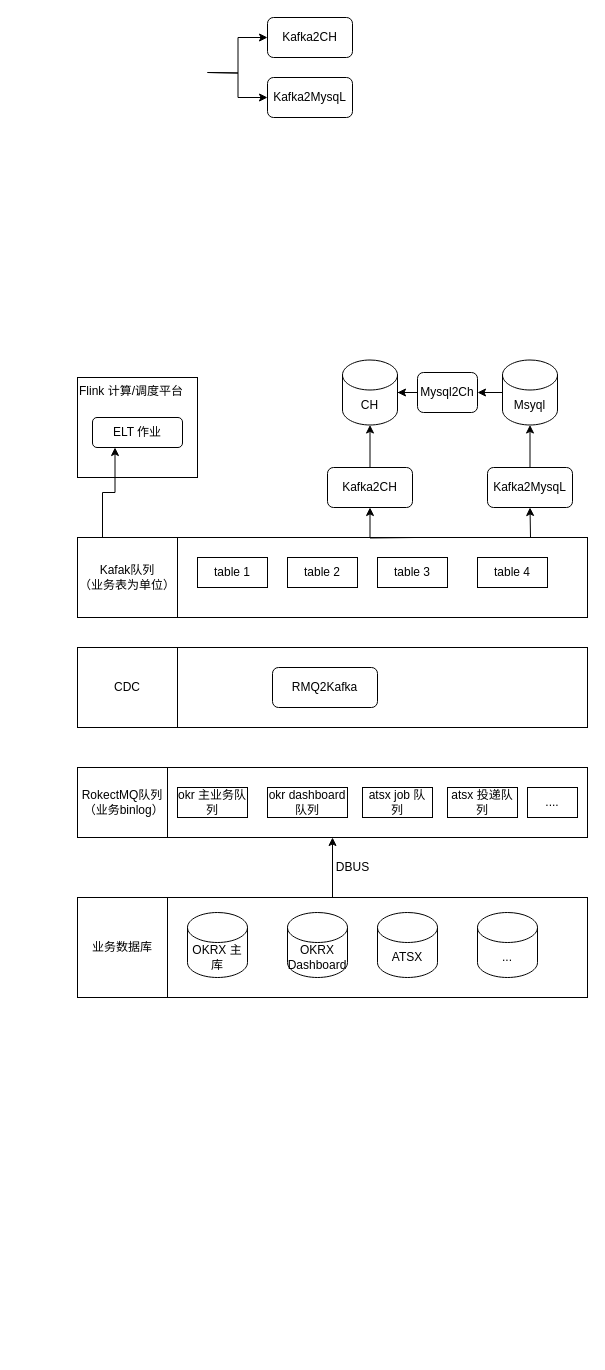
This is okrx/Untitled Diagram.drawio from cicelprg/drawio, a draw.io file, before an edit. Source tidied: cells renumbered, new cells numbered last; positions are measured from the earlier drawing's top-left corner, leaving out a move shared by most shapes. Both pictures are drawn from the tidied source at 100%, with x=0, y=0 at pixel (77, 17).
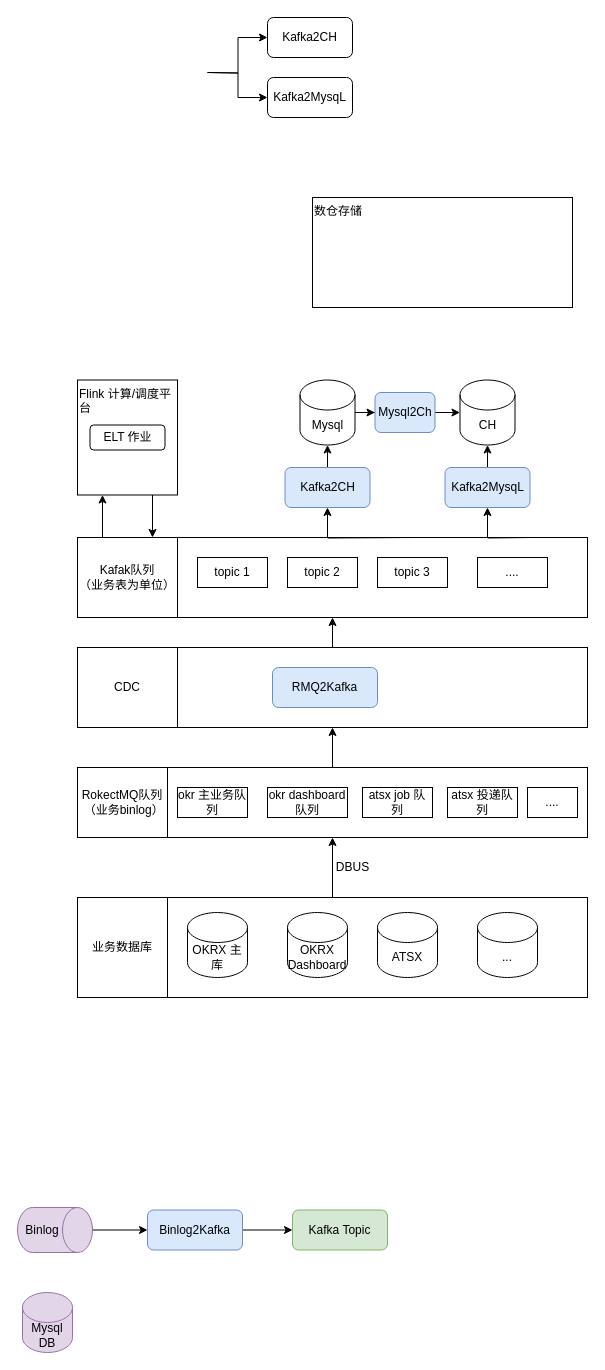
The same diagram, later.

Unchanged cells that the change refers to:
```xml
<mxCell id="6" style="rounded=0;whiteSpace=wrap;html=1;strokeWidth=1;fillColor=none;align=left;" parent="1" vertex="1">
  <mxGeometry y="750" width="510" height="70" as="geometry" />
</mxCell>
<mxCell id="12" style="rounded=0;whiteSpace=wrap;html=1;strokeWidth=1;fillColor=none;align=left;" parent="1" vertex="1">
  <mxGeometry y="630" width="510" height="80" as="geometry" />
</mxCell>
<mxCell id="21" style="rounded=0;whiteSpace=wrap;html=1;strokeWidth=1;fillColor=none;align=left;" parent="1" vertex="1">
  <mxGeometry y="520" width="510" height="80" as="geometry" />
</mxCell>
<mxCell id="23" value="Kafak队列&lt;br&gt;（业务表为单位）" style="whiteSpace=wrap;html=1;strokeWidth=1;align=center;" parent="1" vertex="1">
  <mxGeometry y="520" width="100" height="80" as="geometry" />
</mxCell>
```

Diff of the diagram source:
```diff
@@
+    <mxCell id="44" style="edgeStyle=orthogonalEdgeStyle;rounded=0;jettySize=auto;html=1;exitX=0.5;exitY=0;exitDx=0;exitDy=0;entryX=0.5;entryY=1;entryDx=0;entryDy=0;strokeWidth=1;" parent="1" edge="1" source="6" target="12">
+      <mxGeometry relative="1" as="geometry" />
+    </mxCell>
@@
+    <mxCell id="45" style="edgeStyle=orthogonalEdgeStyle;rounded=0;jettySize=auto;html=1;exitX=0.5;exitY=0;exitDx=0;exitDy=0;entryX=0.5;entryY=1;entryDx=0;entryDy=0;strokeWidth=1;" parent="1" edge="1" source="12" target="21">
+      <mxGeometry relative="1" as="geometry" />
+    </mxCell>
@@
-    <mxCell id="14" value="RMQ2Kafka" style="rounded=1;whiteSpace=wrap;html=1;strokeWidth=1;fillColor=#ffffff;align=center;" parent="1" vertex="1">
+    <mxCell id="14" value="RMQ2Kafka" style="rounded=1;whiteSpace=wrap;html=1;strokeWidth=1;fillColor=#dae8fc;align=center;strokeColor=#6c8ebf;" parent="1" vertex="1">
       <mxGeometry x="195" y="650" width="105" height="40" as="geometry" />
     </mxCell>
@@
-    <mxCell id="22" style="edgeStyle=orthogonalEdgeStyle;rounded=0;jettySize=auto;html=1;exitX=0.25;exitY=0;exitDx=0;exitDy=0;entryX=0.25;entryY=1;entryDx=0;entryDy=0;strokeWidth=1;" parent="1" edge="1" source="23" target="39">
-      <mxGeometry relative="1" as="geometry" />
-    </mxCell>
+    <mxCell id="46" style="edgeStyle=orthogonalEdgeStyle;rounded=0;jettySize=auto;html=1;exitX=0.25;exitY=0;exitDx=0;exitDy=0;entryX=0.25;entryY=1;entryDx=0;entryDy=0;strokeWidth=1;" parent="1" edge="1" source="23" target="32">
+      <mxGeometry relative="1" as="geometry" />
+    </mxCell>
@@
-    <mxCell id="24" value="table 1" style="rounded=0;whiteSpace=wrap;html=1;strokeWidth=1;fillColor=#ffffff;align=center;" parent="1" vertex="1">
+    <mxCell id="24" value="topic 1" style="rounded=0;whiteSpace=wrap;html=1;strokeWidth=1;fillColor=#ffffff;align=center;" parent="1" vertex="1">
       <mxGeometry x="120" y="540" width="70" height="30" as="geometry" />
     </mxCell>
-    <mxCell id="25" value="table 2" style="rounded=0;whiteSpace=wrap;html=1;strokeWidth=1;fillColor=#ffffff;align=center;" parent="1" vertex="1">
+    <mxCell id="25" value="topic 2" style="rounded=0;whiteSpace=wrap;html=1;strokeWidth=1;fillColor=#ffffff;align=center;" parent="1" vertex="1">
       <mxGeometry x="210" y="540" width="70" height="30" as="geometry" />
     </mxCell>
@@
-    <mxCell id="27" value="table 3" style="rounded=0;whiteSpace=wrap;html=1;strokeWidth=1;fillColor=#ffffff;align=center;" parent="1" vertex="1">
+    <mxCell id="27" value="topic 3" style="rounded=0;whiteSpace=wrap;html=1;strokeWidth=1;fillColor=#ffffff;align=center;" parent="1" vertex="1">
       <mxGeometry x="300" y="540" width="70" height="30" as="geometry" />
     </mxCell>
-    <mxCell id="28" value="table 4" style="rounded=0;whiteSpace=wrap;html=1;strokeWidth=1;fillColor=#ffffff;align=center;" parent="1" vertex="1">
+    <mxCell id="28" value="...." style="rounded=0;whiteSpace=wrap;html=1;strokeWidth=1;fillColor=#ffffff;align=center;" parent="1" vertex="1">
       <mxGeometry x="400" y="540" width="70" height="30" as="geometry" />
     </mxCell>
+    <mxCell id="47" style="edgeStyle=orthogonalEdgeStyle;rounded=0;jettySize=auto;html=1;exitX=1;exitY=0.5;exitDx=0;exitDy=0;exitPerimeter=0;strokeWidth=1;" parent="1" edge="1" source="29" target="38">
+      <mxGeometry relative="1" as="geometry" />
+    </mxCell>
-    <mxCell id="29" value="CH" style="shape=cylinder3;whiteSpace=wrap;html=1;boundedLbl=1;backgroundOutline=1;size=15;strokeWidth=1;fillColor=#ffffff;align=center;" parent="1" vertex="1">
-      <mxGeometry x="265" y="342.5" width="55" height="65" as="geometry" />
+    <mxCell id="29" value="Mysql" style="shape=cylinder3;whiteSpace=wrap;html=1;boundedLbl=1;backgroundOutline=1;size=15;strokeWidth=1;fillColor=#ffffff;align=center;" parent="1" vertex="1">
+      <mxGeometry x="222.5" y="362.5" width="55" height="65" as="geometry" />
     </mxCell>
-    <mxCell id="30" style="edgeStyle=orthogonalEdgeStyle;rounded=0;jettySize=auto;html=1;exitX=0;exitY=0.5;exitDx=0;exitDy=0;exitPerimeter=0;entryX=1;entryY=0.5;entryDx=0;entryDy=0;strokeWidth=1;" parent="1" edge="1" source="31" target="38">
-      <mxGeometry relative="1" as="geometry" />
-    </mxCell>
-    <mxCell id="31" value="Msyql" style="shape=cylinder3;whiteSpace=wrap;html=1;boundedLbl=1;backgroundOutline=1;size=15;strokeWidth=1;fillColor=#ffffff;align=center;" parent="1" vertex="1">
-      <mxGeometry x="425" y="342.5" width="55" height="65" as="geometry" />
+    <mxCell id="31" value="CH" style="shape=cylinder3;whiteSpace=wrap;html=1;boundedLbl=1;backgroundOutline=1;size=15;strokeWidth=1;fillColor=#ffffff;align=center;" parent="1" vertex="1">
+      <mxGeometry x="382.5" y="362.5" width="55" height="65" as="geometry" />
     </mxCell>
+    <mxCell id="48" style="edgeStyle=orthogonalEdgeStyle;rounded=0;jettySize=auto;html=1;exitX=0.75;exitY=1;exitDx=0;exitDy=0;entryX=0.75;entryY=0;entryDx=0;entryDy=0;strokeWidth=1;" parent="1" edge="1" source="32" target="23">
+      <mxGeometry relative="1" as="geometry" />
+    </mxCell>
     <mxCell id="32" value="Flink 计算/调度平台" style="rounded=0;whiteSpace=wrap;html=1;strokeWidth=1;align=left;fillColor=none;verticalAlign=top;" parent="1" vertex="1">
-      <mxGeometry y="360" width="120" height="100" as="geometry" />
+      <mxGeometry y="362.5" width="100" height="115" as="geometry" />
     </mxCell>
@@
-    <mxCell id="34" value="Kafka2CH" style="rounded=1;whiteSpace=wrap;html=1;strokeWidth=1;fillColor=#ffffff;align=center;" parent="1" vertex="1">
-      <mxGeometry x="250" y="450" width="85" height="40" as="geometry" />
+    <mxCell id="34" value="Kafka2CH" style="rounded=1;whiteSpace=wrap;html=1;strokeWidth=1;fillColor=#dae8fc;align=center;strokeColor=#6c8ebf;" parent="1" vertex="1">
+      <mxGeometry x="207.5" y="450" width="85" height="40" as="geometry" />
     </mxCell>
@@
-    <mxCell id="36" value="Kafka2MysqL" style="rounded=1;whiteSpace=wrap;html=1;strokeWidth=1;fillColor=#ffffff;align=center;" parent="1" vertex="1">
-      <mxGeometry x="410" y="450" width="85" height="40" as="geometry" />
+    <mxCell id="36" value="Kafka2MysqL" style="rounded=1;whiteSpace=wrap;html=1;strokeWidth=1;fillColor=#dae8fc;align=center;strokeColor=#6c8ebf;" parent="1" vertex="1">
+      <mxGeometry x="367.5" y="450" width="85" height="40" as="geometry" />
     </mxCell>
-    <mxCell id="37" style="edgeStyle=orthogonalEdgeStyle;rounded=0;jettySize=auto;html=1;exitX=0;exitY=0.5;exitDx=0;exitDy=0;strokeWidth=1;" parent="1" edge="1" source="38" target="29">
-      <mxGeometry relative="1" as="geometry" />
-    </mxCell>
+    <mxCell id="49" style="edgeStyle=orthogonalEdgeStyle;rounded=0;jettySize=auto;html=1;exitX=1;exitY=0.5;exitDx=0;exitDy=0;entryX=0;entryY=0.5;entryDx=0;entryDy=0;entryPerimeter=0;strokeWidth=1;" parent="1" edge="1" source="38" target="31">
+      <mxGeometry relative="1" as="geometry" />
+    </mxCell>
-    <mxCell id="38" value="Mysql2Ch" style="rounded=1;whiteSpace=wrap;html=1;strokeWidth=1;fillColor=#ffffff;align=center;" parent="1" vertex="1">
-      <mxGeometry x="340" y="355" width="60" height="40" as="geometry" />
+    <mxCell id="38" value="Mysql2Ch" style="rounded=1;whiteSpace=wrap;html=1;strokeWidth=1;fillColor=#dae8fc;align=center;strokeColor=#6c8ebf;" parent="1" vertex="1">
+      <mxGeometry x="297.5" y="375" width="60" height="40" as="geometry" />
     </mxCell>
     <mxCell id="39" value="ELT 作业" style="rounded=1;whiteSpace=wrap;html=1;strokeWidth=1;fillColor=none;align=center;" parent="1" vertex="1">
-      <mxGeometry x="15" y="400" width="90" height="30" as="geometry" />
+      <mxGeometry x="12.5" y="407.5" width="75" height="25" as="geometry" />
     </mxCell>
@@
+    <mxCell id="50" value="数仓存储" style="rounded=0;whiteSpace=wrap;html=1;strokeWidth=1;fillColor=none;align=left;verticalAlign=top;" parent="1" vertex="1">
+      <mxGeometry x="235" y="180" width="260" height="110" as="geometry" />
+    </mxCell>
+    <mxCell id="51" style="edgeStyle=orthogonalEdgeStyle;rounded=0;jettySize=auto;html=1;exitX=0.5;exitY=0;exitDx=0;exitDy=0;exitPerimeter=0;entryX=0;entryY=0.5;entryDx=0;entryDy=0;strokeWidth=1;" parent="1" edge="1" source="52" target="55">
+      <mxGeometry relative="1" as="geometry" />
+    </mxCell>
+    <mxCell id="52" value="Binlog" style="shape=cylinder3;whiteSpace=wrap;html=1;boundedLbl=1;backgroundOutline=1;size=15;strokeColor=#9673a6;strokeWidth=1;fillColor=#e1d5e7;align=center;direction=south;" parent="1" vertex="1">
+      <mxGeometry x="-60" y="1190" width="75" height="45" as="geometry" />
+    </mxCell>
+    <mxCell id="53" value="Mysql DB" style="shape=cylinder3;whiteSpace=wrap;html=1;boundedLbl=1;backgroundOutline=1;size=15;strokeColor=#9673a6;strokeWidth=1;fillColor=#e1d5e7;align=center;direction=east;" parent="1" vertex="1">
+      <mxGeometry x="-55" y="1275" width="50" height="60" as="geometry" />
+    </mxCell>
+    <mxCell id="54" style="edgeStyle=orthogonalEdgeStyle;rounded=0;jettySize=auto;html=1;exitX=1;exitY=0.5;exitDx=0;exitDy=0;entryX=0;entryY=0.5;entryDx=0;entryDy=0;strokeWidth=1;" parent="1" edge="1" source="55" target="56">
+      <mxGeometry relative="1" as="geometry" />
+    </mxCell>
+    <mxCell id="55" value="Binlog2Kafka" style="rounded=1;whiteSpace=wrap;html=1;strokeWidth=1;fillColor=#dae8fc;align=center;strokeColor=#6c8ebf;" parent="1" vertex="1">
+      <mxGeometry x="70" y="1192.5" width="95" height="40" as="geometry" />
+    </mxCell>
+    <mxCell id="56" value="Kafka Topic" style="rounded=1;whiteSpace=wrap;html=1;strokeWidth=1;fillColor=#d5e8d4;align=center;strokeColor=#82b366;" parent="1" vertex="1">
+      <mxGeometry x="215" y="1192.5" width="95" height="40" as="geometry" />
+    </mxCell>
```
